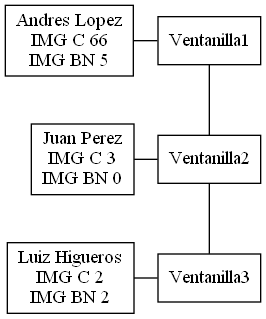
Earlier version of the Graphviz export Fase1/listaVentanillas.png (d-acetun/simulacion-sistema-impresion-de-imagenes). Its source is kept beside it as Fase1/listaVentanillas.dot.
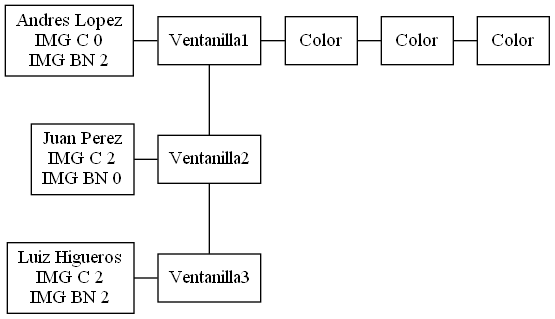
Later version of the same file.

Commit message:
Se esta trabajando en la lista de ventanillas, creando las conexiones de las ventanillas , clientes e imagenes

The edit, as a diff of the source:
```diff
@@ -4,16 +4,25 @@
 0 [label=Ventanilla1]
 1 [label=Ventanilla2]
 2 [label=Ventanilla3]
-3 [label="Andres Lopez\nIMG C 66\nIMG BN 5"]
-4 [label="Juan Perez\nIMG C 3\nIMG BN 0"]
-5 [label="Luiz Higueros\nIMG C 2\nIMG BN 2"]
+3 [label="Andres Lopez\nIMG C 0\nIMG BN 2"]
+4 [label=Color]
+5 [label=Color]
+6 [label=Color]
+7 [label="Juan Perez\nIMG C 2\nIMG BN 0"]
+8 [label="Luiz Higueros\nIMG C 2\nIMG BN 2"]
 0->1
 1->2
 3->0
-4->1
-5->2
+0->4
+4->5
+5->6
+7->1
+8->2
 {rank=same; 3; 0}
-{rank=same; 4; 1}
-{rank=same; 5; 2}
+{rank=same; 4; 0}
+{rank=same; 4; 5}
+{rank=same; 5; 6}
+{rank=same; 7; 1}
+{rank=same; 8; 2}
 rankdir=TB
 }
```
